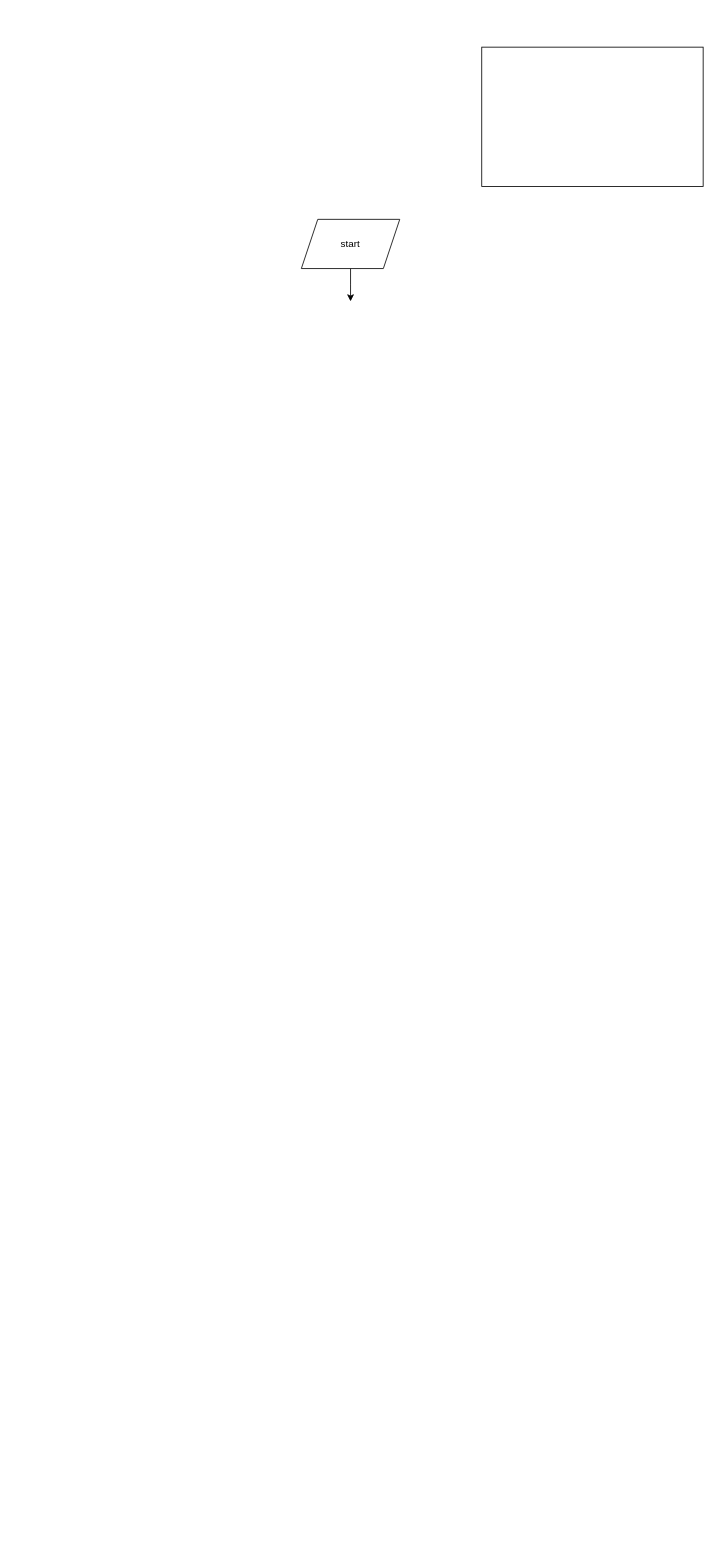
This is Untitled Diagram.drawio from yumao369/drawForNetMusic, a draw.io file, before an edit. Source tidied: cells renumbered, new cells numbered last; positions are measured from the earlier drawing's top-left corner, leaving out a move shared by most shapes. Both pictures are drawn from the tidied source at 82%, with x=0, y=0 at pixel (301, 47).
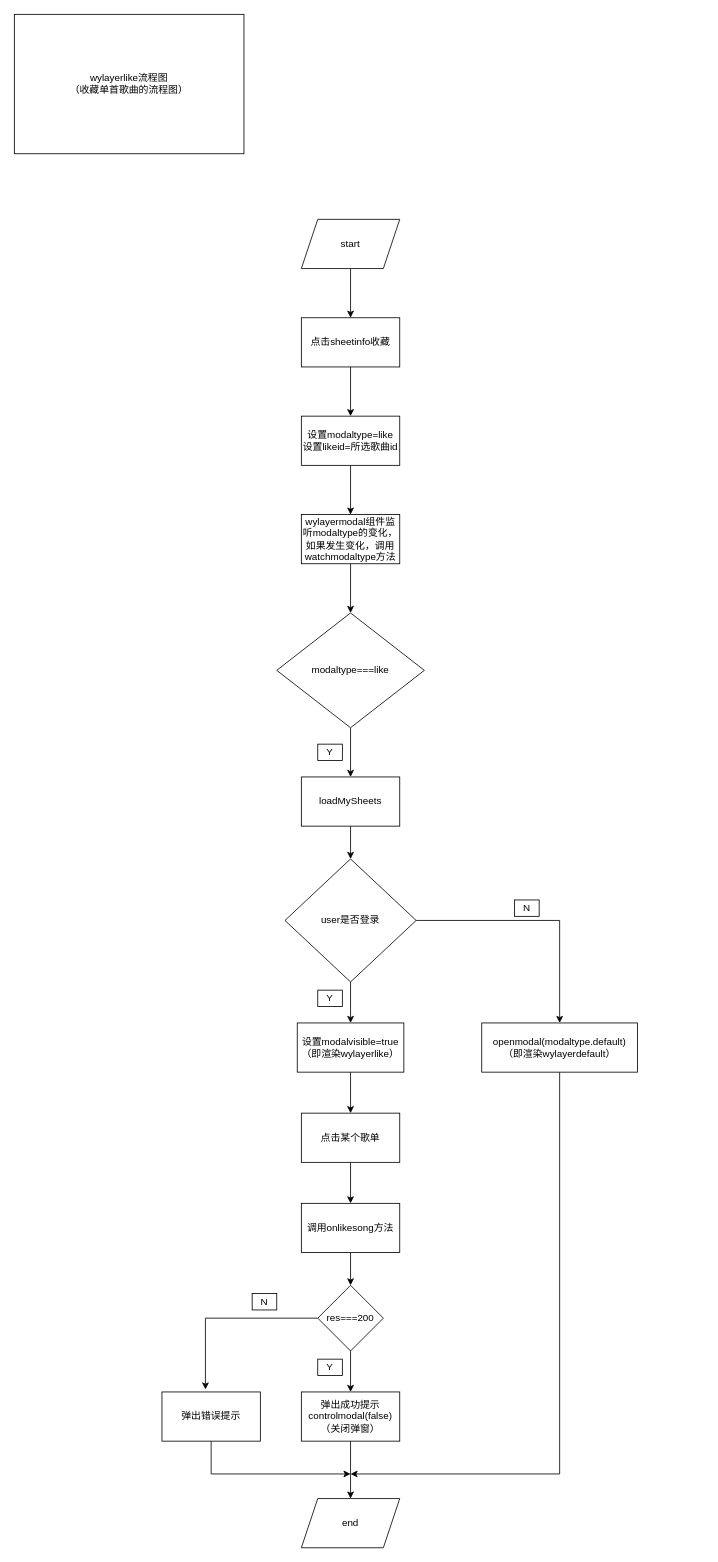
Above is the later version.

Unchanged cells that the change refers to:
```xml
<mxCell id="3" value="start" style="shape=parallelogram;perimeter=parallelogramPerimeter;whiteSpace=wrap;html=1;fixedSize=1;" parent="1" vertex="1">
  <mxGeometry y="210" width="120" height="60" as="geometry" />
</mxCell>
```

What changed in the source:
```diff
@@
-    <mxCell id="2" style="edgeStyle=orthogonalEdgeStyle;rounded=0;jettySize=auto;html=1;" parent="1" edge="1" source="3">
-      <mxGeometry relative="1" as="geometry">
-        <mxPoint x="60" y="310" as="targetPoint" />
-      </mxGeometry>
-    </mxCell>
+    <mxCell id="5" style="edgeStyle=orthogonalEdgeStyle;rounded=0;jettySize=auto;html=1;entryX=0.5;entryY=0;entryDx=0;entryDy=0;" parent="1" edge="1" source="3" target="7">
+      <mxGeometry relative="1" as="geometry" />
+    </mxCell>
@@
-    <mxCell id="4" style="rounded=0;whiteSpace=wrap;html=1;" parent="1" vertex="1">
-      <mxGeometry x="220" width="270" height="170" as="geometry" />
-    </mxCell>
+    <mxCell id="6" style="edgeStyle=orthogonalEdgeStyle;rounded=0;jettySize=auto;html=1;entryX=0.5;entryY=0;entryDx=0;entryDy=0;" parent="1" edge="1" source="7" target="10">
+      <mxGeometry relative="1" as="geometry" />
+    </mxCell>
+    <mxCell id="7" value="点击sheetinfo收藏" style="rounded=0;whiteSpace=wrap;html=1;" parent="1" vertex="1">
+      <mxGeometry y="330" width="120" height="60" as="geometry" />
+    </mxCell>
+    <mxCell id="8" value="wylayerlike流程图&lt;br&gt;（收藏单首歌曲的流程图）" style="rounded=0;whiteSpace=wrap;html=1;" parent="1" vertex="1">
+      <mxGeometry x="-350" y="-40" width="280" height="170" as="geometry" />
+    </mxCell>
+    <mxCell id="9" style="edgeStyle=orthogonalEdgeStyle;rounded=0;jettySize=auto;html=1;entryX=0.5;entryY=0;entryDx=0;entryDy=0;" parent="1" edge="1" source="10" target="12">
+      <mxGeometry relative="1" as="geometry" />
+    </mxCell>
+    <mxCell id="10" value="设置modaltype=like&lt;br&gt;设置likeid=所选歌曲id" style="rounded=0;whiteSpace=wrap;html=1;" parent="1" vertex="1">
+      <mxGeometry y="450" width="120" height="60" as="geometry" />
+    </mxCell>
+    <mxCell id="11" style="edgeStyle=orthogonalEdgeStyle;rounded=0;jettySize=auto;html=1;entryX=0.5;entryY=0;entryDx=0;entryDy=0;" parent="1" edge="1" source="12" target="14">
+      <mxGeometry relative="1" as="geometry" />
+    </mxCell>
+    <mxCell id="12" value="wylayermodal组件监听modaltype的变化，如果发生变化，调用watchmodaltype方法" style="rounded=0;whiteSpace=wrap;html=1;" parent="1" vertex="1">
+      <mxGeometry y="570" width="120" height="60" as="geometry" />
+    </mxCell>
+    <mxCell id="13" style="edgeStyle=orthogonalEdgeStyle;rounded=0;jettySize=auto;html=1;entryX=0.5;entryY=0;entryDx=0;entryDy=0;" parent="1" edge="1" source="14" target="16">
+      <mxGeometry relative="1" as="geometry" />
+    </mxCell>
+    <mxCell id="14" value="modaltype===like" style="rhombus;whiteSpace=wrap;html=1;" parent="1" vertex="1">
+      <mxGeometry x="-30" y="690" width="180" height="140" as="geometry" />
+    </mxCell>
+    <mxCell id="15" style="edgeStyle=orthogonalEdgeStyle;rounded=0;jettySize=auto;html=1;entryX=0.5;entryY=0;entryDx=0;entryDy=0;" parent="1" edge="1" source="16" target="20">
+      <mxGeometry relative="1" as="geometry" />
+    </mxCell>
+    <mxCell id="16" value="loadMySheets" style="rounded=0;whiteSpace=wrap;html=1;" parent="1" vertex="1">
+      <mxGeometry y="890" width="120" height="60" as="geometry" />
+    </mxCell>
+    <mxCell id="17" value="Y" style="rounded=0;whiteSpace=wrap;html=1;" parent="1" vertex="1">
+      <mxGeometry x="20" y="850" width="30" height="20" as="geometry" />
+    </mxCell>
+    <mxCell id="18" style="edgeStyle=orthogonalEdgeStyle;rounded=0;jettySize=auto;html=1;entryX=0.5;entryY=0;entryDx=0;entryDy=0;" parent="1" edge="1" source="20" target="22">
+      <mxGeometry relative="1" as="geometry" />
+    </mxCell>
+    <mxCell id="19" style="edgeStyle=orthogonalEdgeStyle;rounded=0;jettySize=auto;html=1;entryX=0.5;entryY=0;entryDx=0;entryDy=0;" parent="1" edge="1" source="20" target="25">
+      <mxGeometry relative="1" as="geometry" />
+    </mxCell>
+    <mxCell id="20" value="user是否登录" style="rhombus;whiteSpace=wrap;html=1;" parent="1" vertex="1">
+      <mxGeometry x="-20" y="990" width="160" height="150" as="geometry" />
+    </mxCell>
+    <mxCell id="21" style="edgeStyle=orthogonalEdgeStyle;rounded=0;jettySize=auto;html=1;entryX=0.5;entryY=0;entryDx=0;entryDy=0;" parent="1" edge="1" source="22" target="28">
+      <mxGeometry relative="1" as="geometry" />
+    </mxCell>
+    <mxCell id="22" value="设置modalvisible=true&lt;br&gt;（即渲染wylayerlike）" style="rounded=0;whiteSpace=wrap;html=1;" parent="1" vertex="1">
+      <mxGeometry x="-5" y="1190" width="130" height="60" as="geometry" />
+    </mxCell>
+    <mxCell id="23" value="Y" style="rounded=0;whiteSpace=wrap;html=1;" parent="1" vertex="1">
+      <mxGeometry x="20" y="1150" width="30" height="20" as="geometry" />
+    </mxCell>
+    <mxCell id="24" style="edgeStyle=orthogonalEdgeStyle;rounded=0;jettySize=auto;html=1;" parent="1" edge="1" source="25">
+      <mxGeometry relative="1" as="geometry">
+        <mxPoint x="60" y="1740" as="targetPoint" />
+        <Array as="points">
+          <mxPoint x="315" y="1740" />
+        </Array>
+      </mxGeometry>
+    </mxCell>
+    <mxCell id="25" value="openmodal(modaltype.default)&lt;br&gt;（即渲染wylayerdefault）" style="rounded=0;whiteSpace=wrap;html=1;" parent="1" vertex="1">
+      <mxGeometry x="220" y="1190" width="190" height="60" as="geometry" />
+    </mxCell>
+    <mxCell id="26" value="N" style="rounded=0;whiteSpace=wrap;html=1;" parent="1" vertex="1">
+      <mxGeometry x="260" y="1040" width="30" height="20" as="geometry" />
+    </mxCell>
+    <mxCell id="27" style="edgeStyle=orthogonalEdgeStyle;rounded=0;jettySize=auto;html=1;entryX=0.5;entryY=0;entryDx=0;entryDy=0;" parent="1" edge="1" source="28" target="30">
+      <mxGeometry relative="1" as="geometry" />
+    </mxCell>
+    <mxCell id="28" value="点击某个歌单" style="rounded=0;whiteSpace=wrap;html=1;" parent="1" vertex="1">
+      <mxGeometry y="1300" width="120" height="60" as="geometry" />
+    </mxCell>
+    <mxCell id="29" style="edgeStyle=orthogonalEdgeStyle;rounded=0;jettySize=auto;html=1;entryX=0.5;entryY=0;entryDx=0;entryDy=0;" parent="1" edge="1" source="30" target="33">
+      <mxGeometry relative="1" as="geometry" />
+    </mxCell>
+    <mxCell id="30" value="调用onlikesong方法" style="rounded=0;whiteSpace=wrap;html=1;" parent="1" vertex="1">
+      <mxGeometry y="1410" width="120" height="60" as="geometry" />
+    </mxCell>
+    <mxCell id="31" style="edgeStyle=orthogonalEdgeStyle;rounded=0;jettySize=auto;html=1;entryX=0.5;entryY=0;entryDx=0;entryDy=0;" parent="1" edge="1" source="33" target="35">
+      <mxGeometry relative="1" as="geometry" />
+    </mxCell>
+    <mxCell id="32" style="edgeStyle=orthogonalEdgeStyle;rounded=0;jettySize=auto;html=1;entryX=0.442;entryY=-0.05;entryDx=0;entryDy=0;entryPerimeter=0;" parent="1" edge="1" source="33" target="38">
+      <mxGeometry relative="1" as="geometry" />
+    </mxCell>
+    <mxCell id="33" value="res===200" style="rhombus;whiteSpace=wrap;html=1;" parent="1" vertex="1">
+      <mxGeometry x="20" y="1510" width="80" height="80" as="geometry" />
+    </mxCell>
+    <mxCell id="34" style="edgeStyle=orthogonalEdgeStyle;rounded=0;jettySize=auto;html=1;entryX=0.5;entryY=0;entryDx=0;entryDy=0;" parent="1" edge="1" source="35" target="40">
+      <mxGeometry relative="1" as="geometry" />
+    </mxCell>
+    <mxCell id="35" value="弹出成功提示&lt;br&gt;controlmodal(false)&lt;br&gt;（关闭弹窗）" style="rounded=0;whiteSpace=wrap;html=1;" parent="1" vertex="1">
+      <mxGeometry y="1640" width="120" height="60" as="geometry" />
+    </mxCell>
+    <mxCell id="36" value="Y" style="rounded=0;whiteSpace=wrap;html=1;" parent="1" vertex="1">
+      <mxGeometry x="20" y="1600" width="30" height="20" as="geometry" />
+    </mxCell>
+    <mxCell id="37" style="edgeStyle=orthogonalEdgeStyle;rounded=0;jettySize=auto;html=1;" parent="1" edge="1" source="38">
+      <mxGeometry relative="1" as="geometry">
+        <mxPoint x="60" y="1740" as="targetPoint" />
+        <Array as="points">
+          <mxPoint x="-110" y="1740" />
+        </Array>
+      </mxGeometry>
+    </mxCell>
+    <mxCell id="38" value="弹出错误提示" style="rounded=0;whiteSpace=wrap;html=1;" parent="1" vertex="1">
+      <mxGeometry x="-170" y="1640" width="120" height="60" as="geometry" />
+    </mxCell>
+    <mxCell id="39" value="N" style="rounded=0;whiteSpace=wrap;html=1;" parent="1" vertex="1">
+      <mxGeometry x="-60" y="1520" width="30" height="20" as="geometry" />
+    </mxCell>
+    <mxCell id="40" value="end" style="shape=parallelogram;perimeter=parallelogramPerimeter;whiteSpace=wrap;html=1;fixedSize=1;" parent="1" vertex="1">
+      <mxGeometry y="1770" width="120" height="60" as="geometry" />
+    </mxCell>
```
